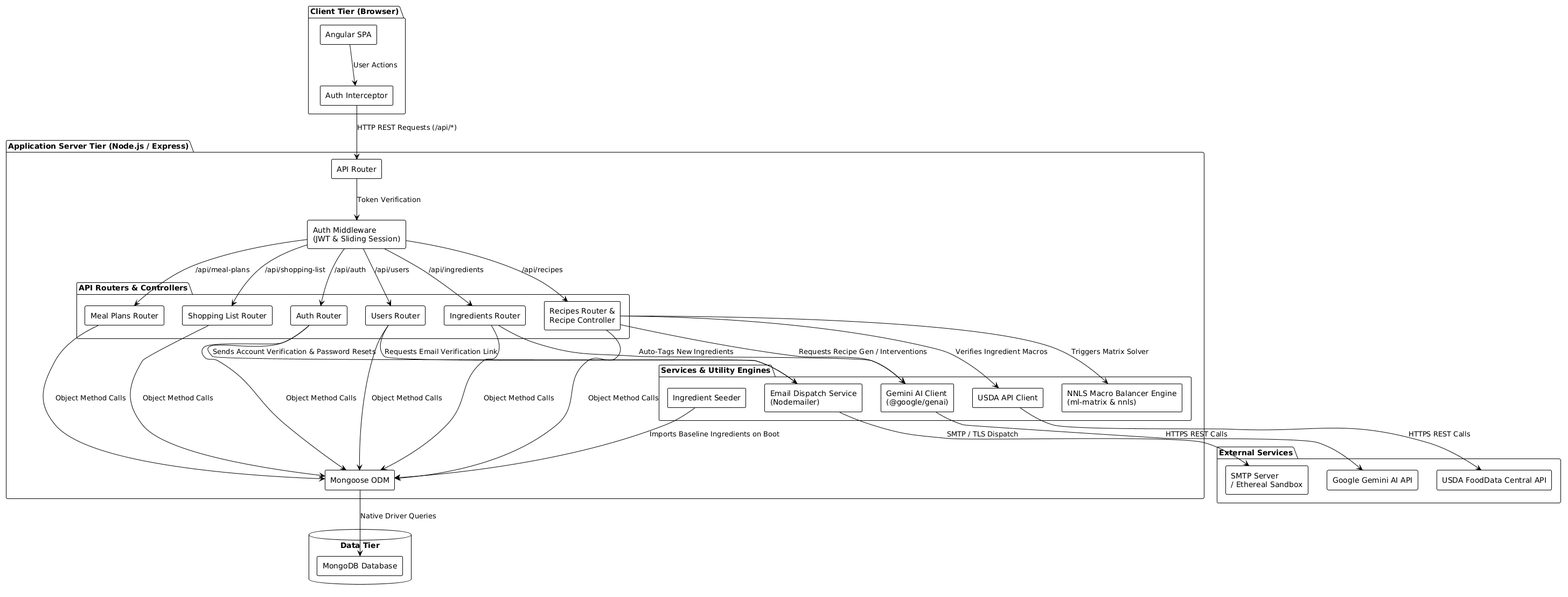
The PlantUML diagram docs/plantUML/architecture-diagram.png in rogueLogical/MealPlan, before a commit.
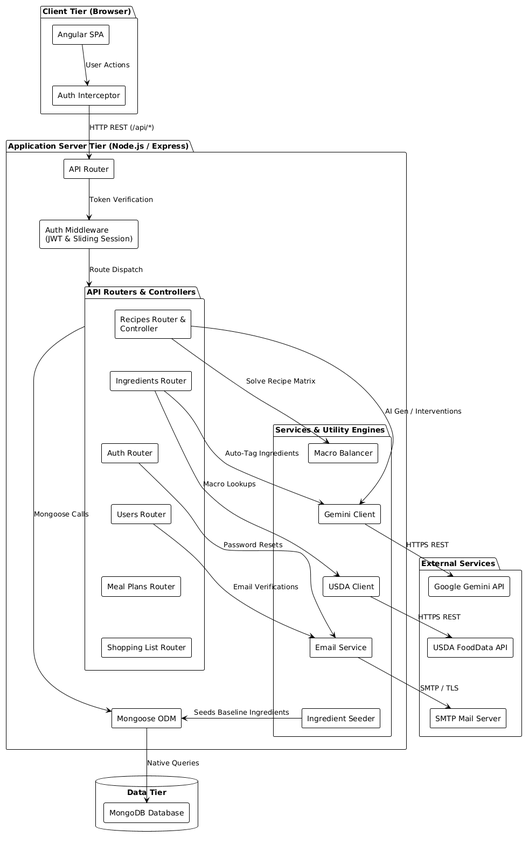
After the commit.

The edit, as a diff of the source:
```diff
@@ -1,75 +1,85 @@
 @startuml
 !theme plain
+top to bottom direction
 skinparam componentStyle rectangle
 
 package "Client Tier (Browser)" {
     component [Angular SPA] as UI
     component [Auth Interceptor] as AuthInterceptor
+
 }
 
 package "Application Server Tier (Node.js / Express)" {
     component [API Router] as Router
     component [Auth Middleware\n(JWT & Sliding Session)] as AuthMW
 
-    package "API Routers & Controllers" {
+
+    package "API Routers & Controllers" as Controllers {
         component [Auth Router] as AuthRouter
         component [Users Router] as UsersRouter
         component [Ingredients Router] as IngRouter
-        component [Recipes Router &\nRecipe Controller] as RecipeCtrl
+        component [Recipes Router &\nController] as RecipeCtrl
         component [Meal Plans Router] as MealPlanRouter
         component [Shopping List Router] as ShoppingRouter
+
+        RecipeCtrl -[hidden]down-> IngRouter
+        IngRouter -[hidden]down-> AuthRouter
+        AuthRouter -[hidden]down-> UsersRouter
+        UsersRouter -[hidden]down-> MealPlanRouter
+        MealPlanRouter -[hidden]down-> ShoppingRouter
     }
 
-    package "Services & Utility Engines" {
-        component [NNLS Macro Balancer Engine\n(ml-matrix & nnls)] as Balancer
-        component [Gemini AI Client\n(@google/genai)] as GeminiClient
-        component [USDA API Client] as USDAClient
-        component [Email Dispatch Service\n(Nodemailer)] as EmailService
+    package "Services & Utility Engines" as Engines {
+        component [Macro Balancer] as Balancer
+        component [Gemini Client] as GeminiClient
+        component [Email Service] as EmailService
+        component [USDA Client] as USDAClient
         component [Ingredient Seeder] as Seeder
+
+        Balancer -[hidden]down-> GeminiClient
+        GeminiClient -[hidden]down-> USDAClient
+        USDAClient -[hidden]down-> EmailService
+        EmailService -[hidden]down-> Seeder
     }
 
     component [Mongoose ODM] as ODM
+
+    ShoppingRouter -[hidden]down-> ODM
+
+    Controllers -down-> ODM : Mongoose Calls
+    Seeder -left-> ODM : Seeds Baseline Ingredients
 }
+
+package "External Services" {
+    component [Google Gemini API] as GeminiAPI
+    component [SMTP Mail Server] as SMTPServer
+    component [USDA FoodData API] as USDAAPI
+
+    GeminiAPI -[hidden]down-> USDAAPI
+    USDAAPI -[hidden]down-> SMTPServer
+}
+
 
 database "Data Tier" {
     component [MongoDB Database] as DB
 }
 
-package "External Services" {
-    component [Google Gemini AI API] as GeminiAPI
-    component [USDA FoodData Central API] as USDAAPI
-    component [SMTP Server\n/ Ethereal Sandbox] as SMTPServer
-}
+UI -down-> AuthInterceptor : User Actions
+AuthInterceptor --> Router : HTTP REST (/api/*)
+Router -down-> AuthMW : Token Verification
+AuthMW --> Controllers : Route Dispatch
 
-UI --> AuthInterceptor : User Actions
-AuthInterceptor --> Router : HTTP REST Requests (/api/*)
+RecipeCtrl --> Balancer : Solve Recipe Matrix
+RecipeCtrl --> GeminiClient : AI Gen / Interventions
+IngRouter --> USDAClient : Macro Lookups
+IngRouter --> GeminiClient : Auto-Tag Ingredients
+UsersRouter --> EmailService : Email Verifications
+AuthRouter --> EmailService : Password Resets
 
-Router --> AuthMW : Token Verification
-AuthMW --> AuthRouter : /api/auth
-AuthMW --> UsersRouter : /api/users
-AuthMW --> IngRouter : /api/ingredients
-AuthMW --> RecipeCtrl : /api/recipes
-AuthMW --> MealPlanRouter : /api/meal-plans
-AuthMW --> ShoppingRouter : /api/shopping-list
 
-RecipeCtrl --> Balancer : Triggers Matrix Solver
-RecipeCtrl --> GeminiClient : Requests Recipe Gen / Interventions
-RecipeCtrl --> USDAClient : Verifies Ingredient Macros
-IngRouter --> GeminiClient : Auto-Tags New Ingredients
-UsersRouter --> EmailService : Requests Email Verification Link
-AuthRouter --> EmailService : Sends Account Verification & Password Resets
-Seeder --> ODM : Imports Baseline Ingredients on Boot
+GeminiClient --> GeminiAPI : HTTPS REST
+USDAClient --> USDAAPI : HTTPS REST
+EmailService --> SMTPServer : SMTP / TLS
 
-AuthRouter --> ODM : Object Method Calls
-UsersRouter --> ODM : Object Method Calls
-IngRouter --> ODM : Object Method Calls
-RecipeCtrl --> ODM : Object Method Calls
-MealPlanRouter --> ODM : Object Method Calls
-ShoppingRouter --> ODM : Object Method Calls
-
-GeminiClient --> GeminiAPI : HTTPS REST Calls
-USDAClient --> USDAAPI : HTTPS REST Calls
-EmailService --> SMTPServer : SMTP / TLS Dispatch
-
-ODM --> DB : Native Driver Queries
+ODM --> DB : Native Queries
 @endluml
```
